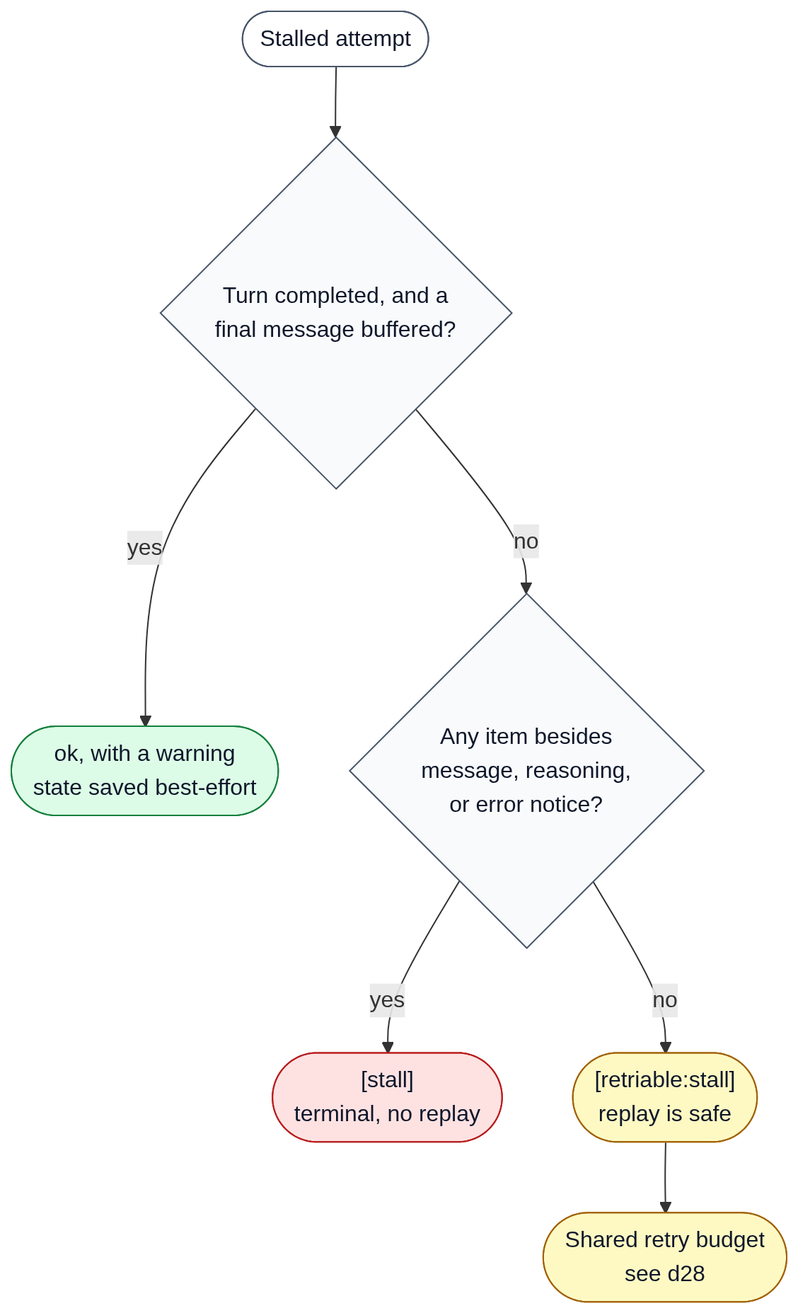
The Mermaid diagram docs/diagrams/d27-stall.png in ehzawad/codex-council, before a commit. Its source is kept beside it as docs/diagrams/d27-stall.mmd. Source of this version:
```mermaid
flowchart TD
    Stalled(["Stalled attempt"])
    Completed{"Turn completed, and a<br/>final message buffered?"}
    Warn(["ok, with a warning<br/>state saved best-effort"])
    Unsafe{"Any item besides<br/>message, reasoning,<br/>or error notice?"}
    Terminal(["[stall]<br/>terminal, no replay"])
    Retriable(["[retriable:stall]<br/>replay is safe"])
    Budget(["Shared retry budget<br/>see d28"])

    Stalled --> Completed
    Completed -->|"yes"| Warn
    Completed -->|"no"| Unsafe
    Unsafe -->|"yes"| Terminal
    Unsafe -->|"no"| Retriable
    Retriable --> Budget

    classDef step fill:#ffffff,stroke:#475569,color:#0f172a
    classDef decision fill:#f8fafc,stroke:#475569,color:#0f172a
    classDef ok fill:#dcfce7,stroke:#15803d,color:#0f172a
    classDef soft fill:#fef9c3,stroke:#a16207,color:#0f172a
    classDef stop fill:#fee2e2,stroke:#b91c1c,color:#0f172a
    class Stalled step
    class Completed,Unsafe decision
    class Warn ok
    class Retriable,Budget soft
    class Terminal stop
```
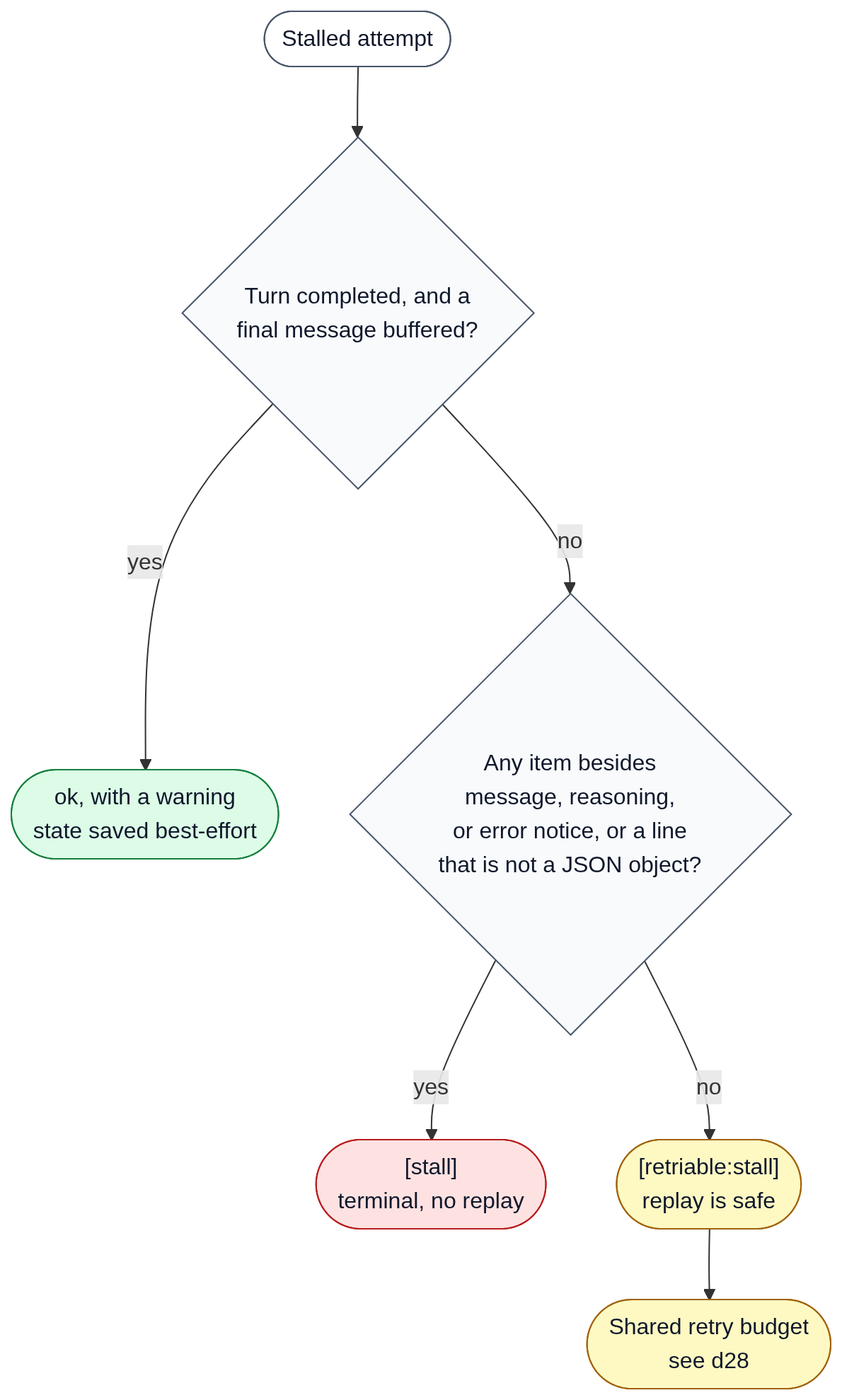
After the change.

Diff of the diagram source:
```diff
@@ -2,7 +2,7 @@
     Stalled(["Stalled attempt"])
     Completed{"Turn completed, and a<br/>final message buffered?"}
     Warn(["ok, with a warning<br/>state saved best-effort"])
-    Unsafe{"Any item besides<br/>message, reasoning,<br/>or error notice?"}
+    Unsafe{"Any item besides<br/>message, reasoning,<br/>or error notice, or a line<br/>that is not a JSON object?"}
     Terminal(["[stall]<br/>terminal, no replay"])
     Retriable(["[retriable:stall]<br/>replay is safe"])
     Budget(["Shared retry budget<br/>see d28"])
```
